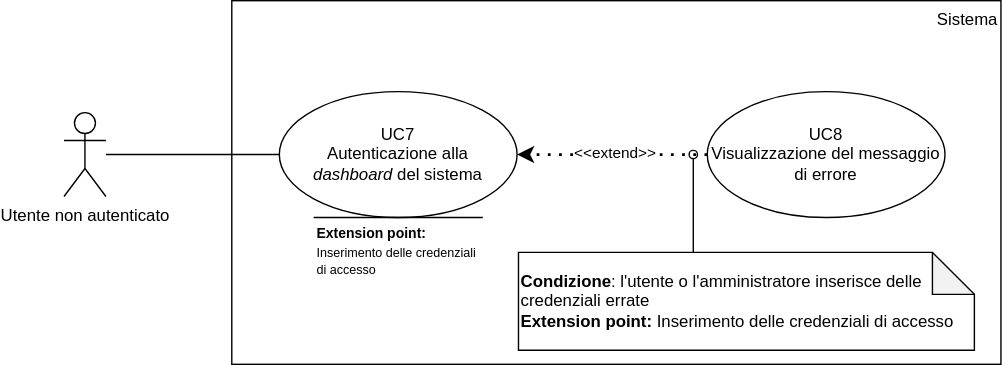
Above: assets/use_cases/UC7-8.svg in SWEatUNIPD/docs (draw.io), before the change. Source tidied: cells renumbered, new cells last; positions are measured from the earlier drawing's top-left corner, leaving out a move shared by most shapes.
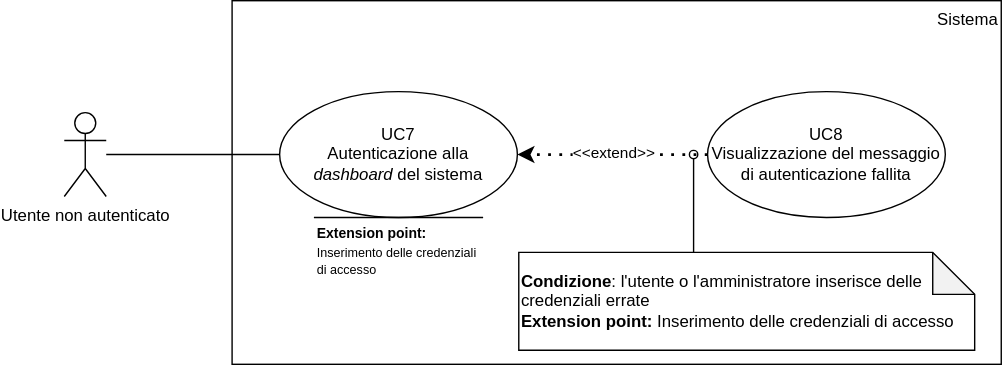
After the change.

What changed in the source:
```diff
@@ -14,24 +14,24 @@
     <mxCell id="5" value="UC7&lt;div&gt;Autenticazione alla &lt;i&gt;dashboard&lt;/i&gt;&amp;nbsp;del sistema&lt;/div&gt;" style="ellipse;whiteSpace=wrap;html=1;" parent="1" vertex="1">
       <mxGeometry x="154" y="65" width="170" height="90" as="geometry" />
     </mxCell>
-    <mxCell id="6" value="UC8&lt;div&gt;Visualizzazione del messaggio di errore&lt;/div&gt;" style="ellipse;whiteSpace=wrap;html=1;" parent="1" vertex="1">
-      <mxGeometry x="460" y="65" width="170" height="90" as="geometry" />
-    </mxCell>
-    <mxCell id="7" style="endArrow=classic;dashed=1;html=1;dashPattern=1 3;strokeWidth=2;rounded=0;exitX=0;exitY=0.5;exitDx=0;exitDy=0;entryX=1;entryY=0.5;entryDx=0;entryDy=0;startArrow=none;startFill=0;endFill=1;" parent="1" edge="1" source="6" target="5">
-      <mxGeometry relative="1" as="geometry" />
-    </mxCell>
+    <mxCell id="13" value="UC8&lt;div&gt;Visualizzazione del messaggio di autenticazione fallita&lt;/div&gt;" style="ellipse;whiteSpace=wrap;html=1;" parent="1" vertex="1">
+      <mxGeometry x="460" y="65" width="170" height="90" as="geometry" />
+    </mxCell>
+    <mxCell id="14" style="endArrow=classic;dashed=1;html=1;dashPattern=1 3;strokeWidth=2;rounded=0;exitX=0;exitY=0.5;exitDx=0;exitDy=0;entryX=1;entryY=0.5;entryDx=0;entryDy=0;startArrow=none;startFill=0;endFill=1;" parent="1" edge="1" source="13" target="5">
+      <mxGeometry relative="1" as="geometry" />
+    </mxCell>
-    <mxCell id="8" value="&amp;lt;&amp;lt;extend&amp;gt;&amp;gt;" style="edgeLabel;html=1;align=center;verticalAlign=middle;" parent="7" vertex="1">
+    <mxCell id="8" value="&amp;lt;&amp;lt;extend&amp;gt;&amp;gt;" style="edgeLabel;html=1;align=center;verticalAlign=middle;" parent="14" vertex="1">
       <mxGeometry x="-0.01" y="-2" relative="1" as="geometry" />
     </mxCell>
     <mxCell id="9" value="&lt;b&gt;Condizione&lt;/b&gt;: l'utente o l'amministratore inserisce delle credenziali errate&lt;div&gt;&lt;b&gt;Extension point: &lt;/b&gt;Inserimento delle credenziali di accesso&lt;/div&gt;" style="shape=note;whiteSpace=wrap;html=1;backgroundOutline=1;darkOpacity=0.05;align=left;" parent="1" vertex="1">
       <mxGeometry x="325" y="180" width="326" height="70" as="geometry" />
     </mxCell>
-    <mxCell id="10" style="endArrow=oval;html=1;rounded=0;endFill=0;" parent="1" edge="1">
-      <mxGeometry relative="1" as="geometry">
-        <mxPoint x="450" y="180" as="sourcePoint" />
-        <mxPoint x="450" y="110" as="targetPoint" />
-      </mxGeometry>
-    </mxCell>
+    <mxCell id="15" style="endArrow=oval;html=1;rounded=0;endFill=0;" parent="1" edge="1">
+      <mxGeometry relative="1" as="geometry">
+        <mxPoint x="450" y="180" as="sourcePoint" />
+        <mxPoint x="450" y="110" as="targetPoint" />
+      </mxGeometry>
+    </mxCell>
     <mxCell id="11" style="endArrow=none;html=1;rounded=0;entryX=1;entryY=0;entryDx=0;entryDy=0;exitX=0;exitY=0;exitDx=0;exitDy=0;" parent="1" edge="1" source="12" target="12">
       <mxGeometry relative="1" as="geometry" />
     </mxCell>
```
